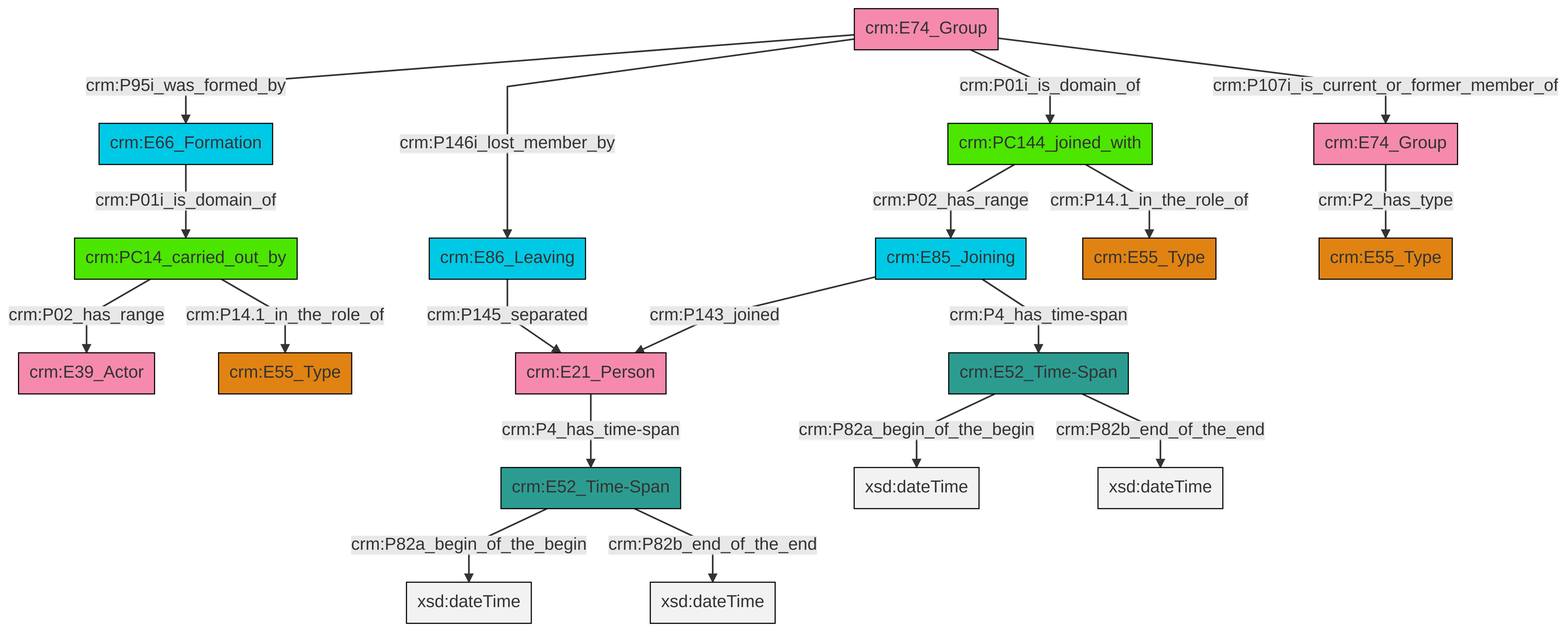
The Mermaid diagram et/groupCSV/ttl/mmd/png/group_actor_relations.png in swiss-art-research-net/docs.swissartresearch, before a commit. Its source is kept beside it as et/groupCSV/ttl/mmd/group_actor_relations.ttl.mmd.
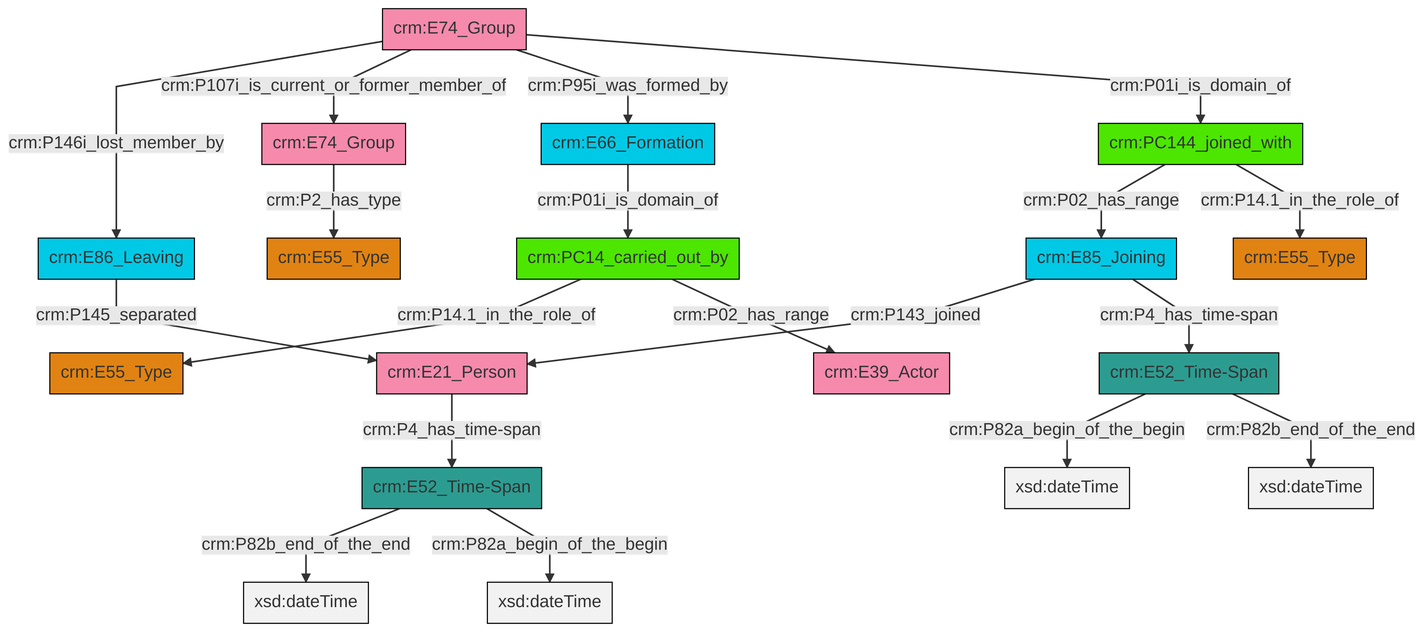
Above is the later version.

Change to the diagram source:
```diff
@@ -13,21 +13,21 @@
 classDef PC_Classes fill:#4ce600, stroke:#000000;
 classDef Multi fill:#cccccc,stroke:#000000;
 
-0["crm:PC144_joined_with"]:::PC_Classes -->|crm:P02_has_range| 1["crm:E85_Joining"]:::Temporal_Entity
-2["crm:PC14_carried_out_by"]:::PC_Classes -->|crm:P02_has_range| 6["crm:E39_Actor"]:::Actor
-14["crm:E74_Group"]:::Actor -->|crm:P2_has_type| 15["crm:E55_Type"]:::Type
-18["crm:E52_Time-Span"]:::Time-Span -->|crm:P82a_begin_of_the_begin| 22[xsd:dateTime]:::Literal
-12["crm:E74_Group"]:::Actor -->|crm:P146i_lost_member_by| 4["crm:E86_Leaving"]:::Temporal_Entity
-1["crm:E85_Joining"]:::Temporal_Entity -->|crm:P143_joined| 23["crm:E21_Person"]:::Actor
-18["crm:E52_Time-Span"]:::Time-Span -->|crm:P82b_end_of_the_end| 25[xsd:dateTime]:::Literal
-1["crm:E85_Joining"]:::Temporal_Entity -->|crm:P4_has_time-span| 18["crm:E52_Time-Span"]:::Time-Span
-20["crm:E52_Time-Span"]:::Time-Span -->|crm:P82a_begin_of_the_begin| 27[xsd:dateTime]:::Literal
-12["crm:E74_Group"]:::Actor -->|crm:P95i_was_formed_by| 16["crm:E66_Formation"]:::Temporal_Entity
-4["crm:E86_Leaving"]:::Temporal_Entity -->|crm:P145_separated| 23["crm:E21_Person"]:::Actor
-16["crm:E66_Formation"]:::Temporal_Entity -->|crm:P01i_is_domain_of| 2["crm:PC14_carried_out_by"]:::PC_Classes
-20["crm:E52_Time-Span"]:::Time-Span -->|crm:P82b_end_of_the_end| 30[xsd:dateTime]:::Literal
-2["crm:PC14_carried_out_by"]:::PC_Classes -->|crm:P14.1_in_the_role_of| 10["crm:E55_Type"]:::Type
-12["crm:E74_Group"]:::Actor -->|crm:P01i_is_domain_of| 0["crm:PC144_joined_with"]:::PC_Classes
-23["crm:E21_Person"]:::Actor -->|crm:P4_has_time-span| 20["crm:E52_Time-Span"]:::Time-Span
-0["crm:PC144_joined_with"]:::PC_Classes -->|crm:P14.1_in_the_role_of| 8["crm:E55_Type"]:::Type
-12["crm:E74_Group"]:::Actor -->|crm:P107i_is_current_or_former_member_of| 14["crm:E74_Group"]:::Actor
+2["crm:PC14_carried_out_by"]:::PC_Classes -->|crm:P14.1_in_the_role_of| 3["crm:E55_Type"]:::Type
+4["crm:E74_Group"]:::Actor -->|crm:P146i_lost_member_by| 5["crm:E86_Leaving"]:::Temporal_Entity
+6["crm:E52_Time-Span"]:::Time-Span -->|crm:P82b_end_of_the_end| 8[xsd:dateTime]:::Literal
+17["crm:E74_Group"]:::Actor -->|crm:P2_has_type| 0["crm:E55_Type"]:::Type
+10["crm:PC144_joined_with"]:::PC_Classes -->|crm:P02_has_range| 15["crm:E85_Joining"]:::Temporal_Entity
+18["crm:E52_Time-Span"]:::Time-Span -->|crm:P82a_begin_of_the_begin| 19[xsd:dateTime]:::Literal
+18["crm:E52_Time-Span"]:::Time-Span -->|crm:P82b_end_of_the_end| 26[xsd:dateTime]:::Literal
+4["crm:E74_Group"]:::Actor -->|crm:P107i_is_current_or_former_member_of| 17["crm:E74_Group"]:::Actor
+15["crm:E85_Joining"]:::Temporal_Entity -->|crm:P143_joined| 21["crm:E21_Person"]:::Actor
+5["crm:E86_Leaving"]:::Temporal_Entity -->|crm:P145_separated| 21["crm:E21_Person"]:::Actor
+4["crm:E74_Group"]:::Actor -->|crm:P95i_was_formed_by| 12["crm:E66_Formation"]:::Temporal_Entity
+21["crm:E21_Person"]:::Actor -->|crm:P4_has_time-span| 6["crm:E52_Time-Span"]:::Time-Span
+12["crm:E66_Formation"]:::Temporal_Entity -->|crm:P01i_is_domain_of| 2["crm:PC14_carried_out_by"]:::PC_Classes
+6["crm:E52_Time-Span"]:::Time-Span -->|crm:P82a_begin_of_the_begin| 31[xsd:dateTime]:::Literal
+2["crm:PC14_carried_out_by"]:::PC_Classes -->|crm:P02_has_range| 33["crm:E39_Actor"]:::Actor
+4["crm:E74_Group"]:::Actor -->|crm:P01i_is_domain_of| 10["crm:PC144_joined_with"]:::PC_Classes
+15["crm:E85_Joining"]:::Temporal_Entity -->|crm:P4_has_time-span| 18["crm:E52_Time-Span"]:::Time-Span
+10["crm:PC144_joined_with"]:::PC_Classes -->|crm:P14.1_in_the_role_of| 23["crm:E55_Type"]:::Type
```
